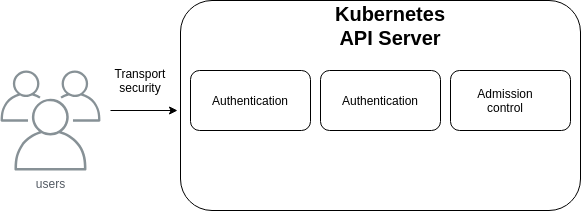
Earlier version of the draw.io export figures/api-server-security.png (xmik/MastersThesis). Source tidied: cells renumbered, new cells last; positions are measured from the earlier drawing's top-left corner, leaving out a move shared by most shapes.
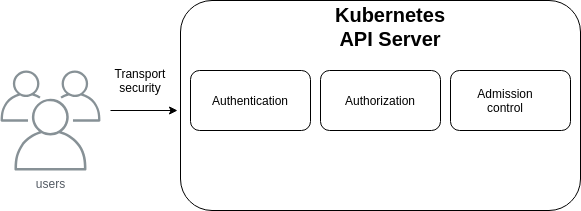
After the commit.

Commit message:
fix k8s api server security image

The edit, as a diff of the source:
```diff
@@ -26,7 +26,7 @@
     <mxCell id="9" style="rounded=1;whiteSpace=wrap;html=1;" parent="8" vertex="1">
       <mxGeometry width="120" height="60" as="geometry" />
     </mxCell>
-    <mxCell id="10" value="Authentication" style="text;html=1;strokeColor=none;fillColor=none;align=center;verticalAlign=middle;whiteSpace=wrap;rounded=0;" parent="8" vertex="1">
+    <mxCell id="10" value="Authorization" style="text;html=1;strokeColor=none;fillColor=none;align=center;verticalAlign=middle;whiteSpace=wrap;rounded=0;" parent="8" vertex="1">
       <mxGeometry x="40" y="20" width="40" height="20" as="geometry" />
     </mxCell>
     <mxCell id="11" style="group;" parent="1" vertex="1">
```
